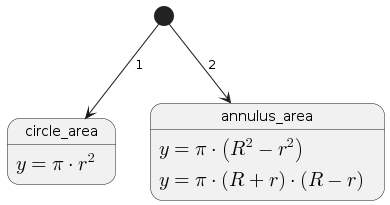
Earlier version of the PlantUML export doc/math_area.png (wangmin0880/mathimatic).
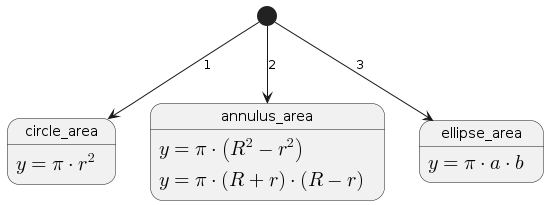
The same file after the commit.

The edit, as a diff of the source:
```diff
@@ -2,10 +2,12 @@
 
 [*] --> circle_area : 1
 [*] --> annulus_area : 2
+[*] --> ellipse_area : 3
 
 circle_area : <math>y = pi * r ^2 </math>
 
 annulus_area : <math> y = pi * (R^2 - r ^2) </math>
 annulus_area : <math> y = pi * (R + r) * (R - r) </math>
 
+ellipse_area : <math> y = pi * a * b </math>
 @enduml
```
